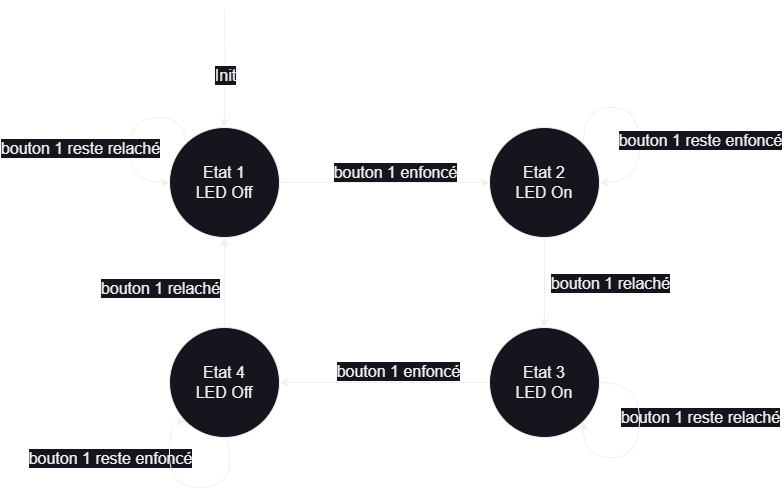
The draw.io diagram fsm machine à états/fsm3-drawio.png in pascgu/pascgu-pico, before a commit. Source tidied: cells renumbered, new cells last; positions are measured from the earlier drawing's top-left corner, leaving out a move shared by most shapes. The source it was exported from:
```xml
<mxGraphModel>
  <root>
    <mxCell id="0" />
    <mxCell id="1" parent="0" />
    <mxCell id="2" style="edgeStyle=orthogonalEdgeStyle;rounded=0;jettySize=auto;html=1;exitX=0.5;exitY=1;exitDx=0;exitDy=0;entryX=0.5;entryY=0;entryDx=0;entryDy=0;" parent="1" edge="1" source="5" target="17">
      <mxGeometry relative="1" as="geometry" />
    </mxCell>
    <mxCell id="3" value="bouton 1 relaché" style="edgeLabel;html=1;align=center;verticalAlign=middle;fontSize=16;" parent="2" vertex="1">
      <mxGeometry y="-3" relative="1" as="geometry">
        <mxPoint x="68" as="offset" />
      </mxGeometry>
    </mxCell>
    <mxCell id="4" value="bouton 1 relaché" style="edgeLabel;html=1;align=center;verticalAlign=middle;fontSize=16;" parent="2" vertex="1">
      <mxGeometry y="-3" relative="1" as="geometry">
        <mxPoint x="-382" y="5" as="offset" />
      </mxGeometry>
    </mxCell>
    <mxCell id="5" value="Etat 2&lt;div&gt;LED On&lt;/div&gt;" style="ellipse;whiteSpace=wrap;html=1;fontSize=16;" parent="1" vertex="1">
      <mxGeometry x="410" y="120" width="110" height="110" as="geometry" />
    </mxCell>
    <mxCell id="6" style="edgeStyle=orthogonalEdgeStyle;rounded=0;jettySize=auto;html=1;exitX=0.5;exitY=0;exitDx=0;exitDy=0;entryX=0.5;entryY=0;entryDx=0;entryDy=0;" parent="1" edge="1" target="10">
      <mxGeometry relative="1" as="geometry">
        <mxPoint x="145" as="sourcePoint" />
      </mxGeometry>
    </mxCell>
    <mxCell id="7" value="Init" style="edgeLabel;html=1;align=center;verticalAlign=middle;fontSize=16;" parent="6" vertex="1">
      <mxGeometry x="0.12" relative="1" as="geometry">
        <mxPoint y="1" as="offset" />
      </mxGeometry>
    </mxCell>
    <mxCell id="8" style="edgeStyle=orthogonalEdgeStyle;rounded=0;jettySize=auto;html=1;exitX=1;exitY=0.5;exitDx=0;exitDy=0;entryX=0;entryY=0.5;entryDx=0;entryDy=0;" parent="1" edge="1" source="10" target="5">
      <mxGeometry relative="1" as="geometry" />
    </mxCell>
    <mxCell id="9" value="bouton 1 enfoncé" style="edgeLabel;html=1;align=center;verticalAlign=middle;fontSize=16;" parent="8" vertex="1">
      <mxGeometry x="0.22" y="2" relative="1" as="geometry">
        <mxPoint x="-13" y="-9" as="offset" />
      </mxGeometry>
    </mxCell>
    <mxCell id="10" value="Etat 1&lt;br&gt;LED Off" style="ellipse;whiteSpace=wrap;html=1;fontSize=16;" parent="1" vertex="1">
      <mxGeometry x="90" y="120" width="110" height="110" as="geometry" />
    </mxCell>
    <mxCell id="11" style="edgeStyle=orthogonalEdgeStyle;rounded=0;orthogonalLoop=1;jettySize=auto;html=1;exitX=1;exitY=0;exitDx=0;exitDy=0;entryX=1;entryY=0.5;entryDx=0;entryDy=0;curved=1;" parent="1" edge="1" source="5" target="5">
      <mxGeometry relative="1" as="geometry">
        <Array as="points">
          <mxPoint x="504" y="100" />
          <mxPoint x="560" y="100" />
          <mxPoint x="560" y="175" />
        </Array>
      </mxGeometry>
    </mxCell>
    <mxCell id="12" value="bouton 1 reste enfoncé" style="edgeLabel;html=1;align=center;verticalAlign=middle;fontSize=16;" parent="11" vertex="1">
      <mxGeometry x="0.21" relative="1" as="geometry">
        <mxPoint x="60" as="offset" />
      </mxGeometry>
    </mxCell>
    <mxCell id="13" value="bouton 1 reste relaché" style="edgeLabel;html=1;align=center;verticalAlign=middle;fontSize=16;" parent="11" vertex="1">
      <mxGeometry x="0.21" relative="1" as="geometry">
        <mxPoint x="60" y="277" as="offset" />
      </mxGeometry>
    </mxCell>
    <mxCell id="14" style="edgeStyle=orthogonalEdgeStyle;rounded=0;orthogonalLoop=1;jettySize=auto;html=1;exitX=0;exitY=0;exitDx=0;exitDy=0;entryX=0;entryY=0.5;entryDx=0;entryDy=0;curved=1;" parent="1" edge="1" source="10" target="10">
      <mxGeometry relative="1" as="geometry">
        <Array as="points">
          <mxPoint x="106" y="110" />
          <mxPoint x="50" y="110" />
          <mxPoint x="50" y="175" />
        </Array>
      </mxGeometry>
    </mxCell>
    <mxCell id="15" style="rounded=0;jettySize=auto;html=1;exitX=0;exitY=0.5;exitDx=0;exitDy=0;entryX=1;entryY=0.5;entryDx=0;entryDy=0;" parent="1" edge="1" source="17" target="20">
      <mxGeometry relative="1" as="geometry" />
    </mxCell>
    <mxCell id="16" value="bouton 1 enfoncé" style="edgeLabel;html=1;align=center;verticalAlign=middle;rotation=0;fontSize=16;" parent="15" vertex="1">
      <mxGeometry x="-0.1" y="2" relative="1" as="geometry">
        <mxPoint x="3" y="-14" as="offset" />
      </mxGeometry>
    </mxCell>
    <mxCell id="17" value="Etat 3&lt;div&gt;LED On&lt;/div&gt;" style="ellipse;whiteSpace=wrap;html=1;fontSize=16;" parent="1" vertex="1">
      <mxGeometry x="410" y="320" width="110" height="110" as="geometry" />
    </mxCell>
    <mxCell id="18" style="edgeStyle=orthogonalEdgeStyle;rounded=0;orthogonalLoop=1;jettySize=auto;html=1;exitX=1;exitY=0.5;exitDx=0;exitDy=0;entryX=1;entryY=1;entryDx=0;entryDy=0;curved=1;" parent="1" edge="1" source="17" target="17">
      <mxGeometry relative="1" as="geometry">
        <Array as="points">
          <mxPoint x="560" y="375" />
          <mxPoint x="560" y="450" />
          <mxPoint x="504" y="450" />
        </Array>
      </mxGeometry>
    </mxCell>
    <mxCell id="19" style="edgeStyle=orthogonalEdgeStyle;rounded=0;jettySize=auto;html=1;exitX=0.5;exitY=0;exitDx=0;exitDy=0;entryX=0.5;entryY=1;entryDx=0;entryDy=0;" parent="1" edge="1" source="20" target="10">
      <mxGeometry relative="1" as="geometry" />
    </mxCell>
    <mxCell id="20" value="Etat 4&lt;div&gt;LED Off&lt;/div&gt;" style="ellipse;whiteSpace=wrap;html=1;fontSize=16;" parent="1" vertex="1">
      <mxGeometry x="90" y="320" width="110" height="110" as="geometry" />
    </mxCell>
    <mxCell id="21" value="bouton 1 reste relaché" style="edgeLabel;html=1;align=center;verticalAlign=middle;fontSize=16;" parent="1" vertex="1">
      <mxGeometry y="140" as="geometry" />
    </mxCell>
    <mxCell id="22" value="bouton 1 reste enfoncé" style="edgeLabel;html=1;align=center;verticalAlign=middle;fontSize=16;" parent="1" vertex="1">
      <mxGeometry x="30" y="450" as="geometry" />
    </mxCell>
    <mxCell id="23" style="edgeStyle=orthogonalEdgeStyle;rounded=0;orthogonalLoop=1;jettySize=auto;html=1;exitX=0.5;exitY=1;exitDx=0;exitDy=0;entryX=0;entryY=1;entryDx=0;entryDy=0;curved=1;" parent="1" edge="1" source="20" target="20">
      <mxGeometry relative="1" as="geometry">
        <Array as="points">
          <mxPoint x="150" y="430" />
          <mxPoint x="150" y="480" />
          <mxPoint x="90" y="480" />
          <mxPoint x="90" y="414" />
        </Array>
      </mxGeometry>
    </mxCell>
  </root>
</mxGraphModel>
```
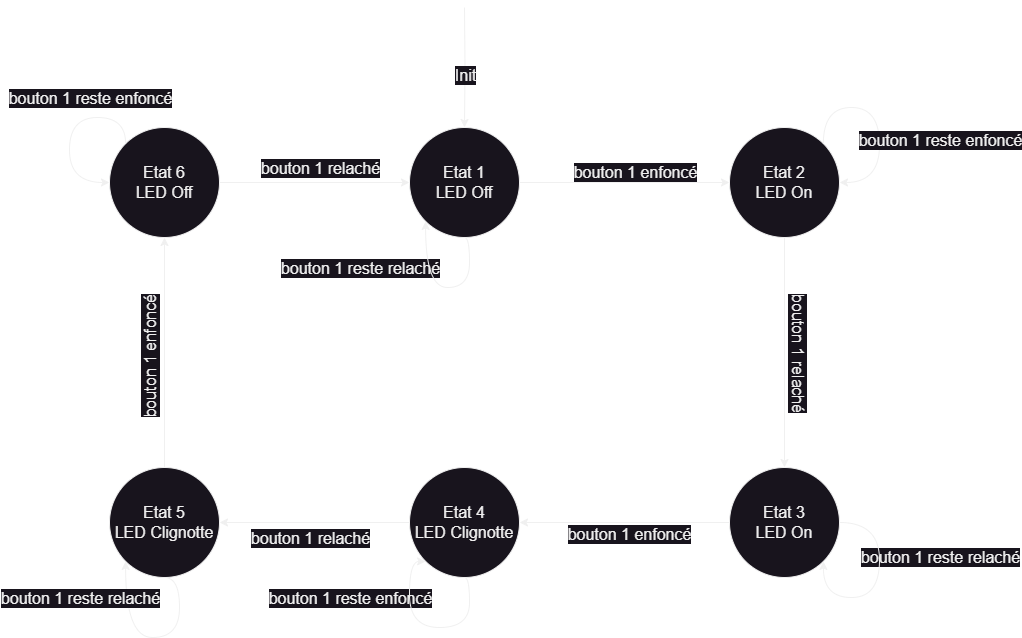
Above is the later version.

Commit message:
missing fsm3 diagram

The edit, as a diff of the source:
```diff
@@ -5,16 +5,21 @@
     <mxCell id="2" style="edgeStyle=orthogonalEdgeStyle;rounded=0;jettySize=auto;html=1;exitX=0.5;exitY=1;exitDx=0;exitDy=0;entryX=0.5;entryY=0;entryDx=0;entryDy=0;" parent="1" edge="1" source="5" target="17">
       <mxGeometry relative="1" as="geometry" />
     </mxCell>
-    <mxCell id="3" value="bouton 1 relaché" style="edgeLabel;html=1;align=center;verticalAlign=middle;fontSize=16;" parent="2" vertex="1">
+    <mxCell id="3" value="bouton 1 relaché" style="edgeLabel;html=1;align=center;verticalAlign=middle;fontSize=16;rotation=90;" parent="2" vertex="1">
       <mxGeometry y="-3" relative="1" as="geometry">
-        <mxPoint x="68" as="offset" />
+        <mxPoint x="18" as="offset" />
       </mxGeometry>
     </mxCell>
-    <mxCell id="4" value="bouton 1 relaché" style="edgeLabel;html=1;align=center;verticalAlign=middle;fontSize=16;" parent="2" vertex="1">
-      <mxGeometry y="-3" relative="1" as="geometry">
-        <mxPoint x="-382" y="5" as="offset" />
-      </mxGeometry>
-    </mxCell>
+    <mxCell id="24" value="bouton 1 relaché" style="edgeLabel;html=1;align=center;verticalAlign=middle;fontSize=16;rotation=0;" parent="2" vertex="1">
+      <mxGeometry y="-3" relative="1" as="geometry">
+        <mxPoint x="-472" y="185" as="offset" />
+      </mxGeometry>
+    </mxCell>
+    <mxCell id="25" value="bouton 1 relaché" style="edgeLabel;html=1;align=center;verticalAlign=middle;fontSize=16;rotation=0;" parent="2" vertex="1">
+      <mxGeometry y="-3" relative="1" as="geometry">
+        <mxPoint x="-462" y="-185" as="offset" />
+      </mxGeometry>
+    </mxCell>
     <mxCell id="5" value="Etat 2&lt;div&gt;LED On&lt;/div&gt;" style="ellipse;whiteSpace=wrap;html=1;fontSize=16;" parent="1" vertex="1">
       <mxGeometry x="410" y="120" width="110" height="110" as="geometry" />
     </mxCell>
@@ -36,6 +41,11 @@
         <mxPoint x="-13" y="-9" as="offset" />
       </mxGeometry>
     </mxCell>
+    <mxCell id="26" value="bouton 1 enfoncé" style="edgeLabel;html=1;align=center;verticalAlign=middle;fontSize=16;rotation=-90;" parent="8" vertex="1">
+      <mxGeometry x="0.22" y="2" relative="1" as="geometry">
+        <mxPoint x="-498" y="177" as="offset" />
+      </mxGeometry>
+    </mxCell>
     <mxCell id="10" value="Etat 1&lt;br&gt;LED Off" style="ellipse;whiteSpace=wrap;html=1;fontSize=16;" parent="1" vertex="1">
       <mxGeometry x="90" y="120" width="110" height="110" as="geometry" />
     </mxCell>
@@ -55,59 +65,95 @@
     </mxCell>
     <mxCell id="13" value="bouton 1 reste relaché" style="edgeLabel;html=1;align=center;verticalAlign=middle;fontSize=16;" parent="11" vertex="1">
       <mxGeometry x="0.21" relative="1" as="geometry">
-        <mxPoint x="60" y="277" as="offset" />
+        <mxPoint x="60" y="417" as="offset" />
       </mxGeometry>
     </mxCell>
-    <mxCell id="14" style="edgeStyle=orthogonalEdgeStyle;rounded=0;orthogonalLoop=1;jettySize=auto;html=1;exitX=0;exitY=0;exitDx=0;exitDy=0;entryX=0;entryY=0.5;entryDx=0;entryDy=0;curved=1;" parent="1" edge="1" source="10" target="10">
-      <mxGeometry relative="1" as="geometry">
-        <Array as="points">
-          <mxPoint x="106" y="110" />
-          <mxPoint x="50" y="110" />
-          <mxPoint x="50" y="175" />
-        </Array>
-      </mxGeometry>
-    </mxCell>
     <mxCell id="15" style="rounded=0;jettySize=auto;html=1;exitX=0;exitY=0.5;exitDx=0;exitDy=0;entryX=1;entryY=0.5;entryDx=0;entryDy=0;" parent="1" edge="1" source="17" target="20">
       <mxGeometry relative="1" as="geometry" />
     </mxCell>
     <mxCell id="16" value="bouton 1 enfoncé" style="edgeLabel;html=1;align=center;verticalAlign=middle;rotation=0;fontSize=16;" parent="15" vertex="1">
       <mxGeometry x="-0.1" y="2" relative="1" as="geometry">
-        <mxPoint x="3" y="-14" as="offset" />
+        <mxPoint x="-6" y="9" as="offset" />
       </mxGeometry>
     </mxCell>
     <mxCell id="17" value="Etat 3&lt;div&gt;LED On&lt;/div&gt;" style="ellipse;whiteSpace=wrap;html=1;fontSize=16;" parent="1" vertex="1">
-      <mxGeometry x="410" y="320" width="110" height="110" as="geometry" />
+      <mxGeometry x="410" y="460" width="110" height="110" as="geometry" />
     </mxCell>
     <mxCell id="18" style="edgeStyle=orthogonalEdgeStyle;rounded=0;orthogonalLoop=1;jettySize=auto;html=1;exitX=1;exitY=0.5;exitDx=0;exitDy=0;entryX=1;entryY=1;entryDx=0;entryDy=0;curved=1;" parent="1" edge="1" source="17" target="17">
       <mxGeometry relative="1" as="geometry">
         <Array as="points">
-          <mxPoint x="560" y="375" />
-          <mxPoint x="560" y="450" />
-          <mxPoint x="504" y="450" />
+          <mxPoint x="560" y="515" />
+          <mxPoint x="560" y="590" />
+          <mxPoint x="504" y="590" />
         </Array>
       </mxGeometry>
     </mxCell>
-    <mxCell id="19" style="edgeStyle=orthogonalEdgeStyle;rounded=0;jettySize=auto;html=1;exitX=0.5;exitY=0;exitDx=0;exitDy=0;entryX=0.5;entryY=1;entryDx=0;entryDy=0;" parent="1" edge="1" source="20" target="10">
-      <mxGeometry relative="1" as="geometry" />
-    </mxCell>
+    <mxCell id="27" style="edgeStyle=orthogonalEdgeStyle;rounded=0;jettySize=auto;html=1;exitX=0;exitY=0.5;exitDx=0;exitDy=0;entryX=1;entryY=0.5;entryDx=0;entryDy=0;" parent="1" edge="1" source="20" target="29">
+      <mxGeometry relative="1" as="geometry" />
+    </mxCell>
-    <mxCell id="20" value="Etat 4&lt;div&gt;LED Off&lt;/div&gt;" style="ellipse;whiteSpace=wrap;html=1;fontSize=16;" parent="1" vertex="1">
-      <mxGeometry x="90" y="320" width="110" height="110" as="geometry" />
+    <mxCell id="20" value="Etat 4&lt;br&gt;LED Clignotte" style="ellipse;whiteSpace=wrap;html=1;fontSize=16;" parent="1" vertex="1">
+      <mxGeometry x="90" y="460" width="110" height="110" as="geometry" />
     </mxCell>
     <mxCell id="21" value="bouton 1 reste relaché" style="edgeLabel;html=1;align=center;verticalAlign=middle;fontSize=16;" parent="1" vertex="1">
-      <mxGeometry y="140" as="geometry" />
+      <mxGeometry x="40" y="260" as="geometry" />
     </mxCell>
     <mxCell id="22" value="bouton 1 reste enfoncé" style="edgeLabel;html=1;align=center;verticalAlign=middle;fontSize=16;" parent="1" vertex="1">
-      <mxGeometry x="30" y="450" as="geometry" />
+      <mxGeometry x="30" y="590" as="geometry" />
     </mxCell>
     <mxCell id="23" style="edgeStyle=orthogonalEdgeStyle;rounded=0;orthogonalLoop=1;jettySize=auto;html=1;exitX=0.5;exitY=1;exitDx=0;exitDy=0;entryX=0;entryY=1;entryDx=0;entryDy=0;curved=1;" parent="1" edge="1" source="20" target="20">
       <mxGeometry relative="1" as="geometry">
         <Array as="points">
-          <mxPoint x="150" y="430" />
-          <mxPoint x="150" y="480" />
-          <mxPoint x="90" y="480" />
-          <mxPoint x="90" y="414" />
+          <mxPoint x="150" y="570" />
+          <mxPoint x="150" y="620" />
+          <mxPoint x="90" y="620" />
+          <mxPoint x="90" y="554" />
         </Array>
       </mxGeometry>
     </mxCell>
+    <mxCell id="28" style="edgeStyle=orthogonalEdgeStyle;rounded=0;jettySize=auto;html=1;exitX=0.5;exitY=0;exitDx=0;exitDy=0;entryX=0.5;entryY=1;entryDx=0;entryDy=0;" parent="1" edge="1" source="29" target="33">
+      <mxGeometry relative="1" as="geometry" />
+    </mxCell>
+    <mxCell id="29" value="Etat 5&lt;br&gt;LED Clignotte" style="ellipse;whiteSpace=wrap;html=1;fontSize=16;" parent="1" vertex="1">
+      <mxGeometry x="-210" y="460" width="110" height="110" as="geometry" />
+    </mxCell>
+    <mxCell id="30" style="edgeStyle=orthogonalEdgeStyle;rounded=0;orthogonalLoop=1;jettySize=auto;html=1;exitX=0.5;exitY=1;exitDx=0;exitDy=0;entryX=0;entryY=1;entryDx=0;entryDy=0;curved=1;" parent="1" edge="1" source="29" target="29">
+      <mxGeometry relative="1" as="geometry">
+        <Array as="points">
+          <mxPoint x="-140" y="570" />
+          <mxPoint x="-140" y="630" />
+          <mxPoint x="-194" y="630" />
+        </Array>
+      </mxGeometry>
+    </mxCell>
+    <mxCell id="31" value="bouton 1 reste relaché" style="edgeLabel;html=1;align=center;verticalAlign=middle;fontSize=16;" parent="1" vertex="1">
+      <mxGeometry x="-240" y="590" as="geometry" />
+    </mxCell>
+    <mxCell id="32" style="edgeStyle=orthogonalEdgeStyle;rounded=0;jettySize=auto;html=1;exitX=1;exitY=0.5;exitDx=0;exitDy=0;entryX=0;entryY=0.5;entryDx=0;entryDy=0;" parent="1" edge="1" source="33" target="10">
+      <mxGeometry relative="1" as="geometry" />
+    </mxCell>
+    <mxCell id="33" value="Etat 6&lt;div&gt;LED Off&lt;/div&gt;" style="ellipse;whiteSpace=wrap;html=1;fontSize=16;" parent="1" vertex="1">
+      <mxGeometry x="-210" y="120" width="110" height="110" as="geometry" />
+    </mxCell>
+    <mxCell id="34" style="edgeStyle=orthogonalEdgeStyle;rounded=0;orthogonalLoop=1;jettySize=auto;html=1;exitX=0;exitY=0;exitDx=0;exitDy=0;entryX=0;entryY=0.5;entryDx=0;entryDy=0;curved=1;" parent="1" edge="1" source="33" target="33">
+      <mxGeometry relative="1" as="geometry">
+        <Array as="points">
+          <mxPoint x="-194" y="110" />
+          <mxPoint x="-250" y="110" />
+          <mxPoint x="-250" y="175" />
+        </Array>
+      </mxGeometry>
+    </mxCell>
+    <mxCell id="35" value="bouton 1 reste enfoncé" style="edgeLabel;html=1;align=center;verticalAlign=middle;fontSize=16;" parent="1" vertex="1">
+      <mxGeometry x="-230" y="90" as="geometry" />
+    </mxCell>
+    <mxCell id="14" style="edgeStyle=orthogonalEdgeStyle;rounded=0;orthogonalLoop=1;jettySize=auto;html=1;exitX=0.5;exitY=1;exitDx=0;exitDy=0;entryX=0;entryY=1;entryDx=0;entryDy=0;curved=1;" parent="1" edge="1" source="10" target="10">
+      <mxGeometry relative="1" as="geometry">
+        <Array as="points">
+          <mxPoint x="150" y="230" />
+          <mxPoint x="150" y="280" />
+          <mxPoint x="106" y="280" />
+        </Array>
+      </mxGeometry>
+    </mxCell>
   </root>
 </mxGraphModel>
```
